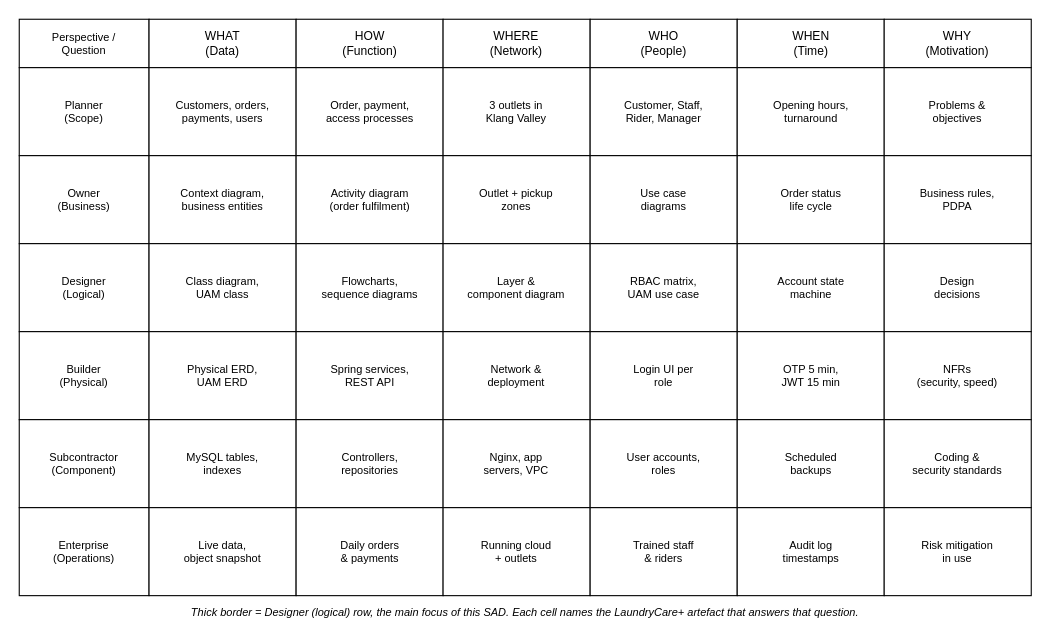
Zakwan221/laundrycare-diagrams keeps this draw.io diagram as zachman.drawio. Above is the earlier version. Source tidied: cells renumbered, new cells numbered last; positions are measured from the earlier drawing's top-left corner, leaving out a move shared by most shapes. Both pictures are drawn from the tidied source at 110%, with x=0, y=0 at pixel (19, 19).
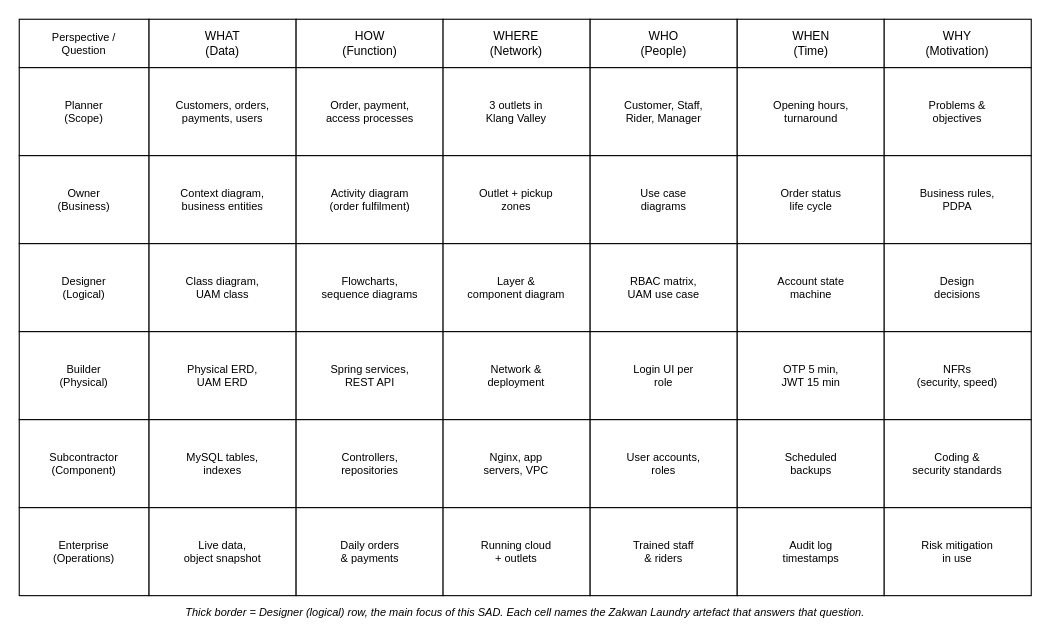
After the change.

Commit message (it also covers changes not shown here):
Rename system to Zakwan Laundry

What changed in the source:
```diff
@@
-    <mxCell id="51" value="Thick border = Designer (logical) row, the main focus of this SAD. Each cell names the LaundryCare+ artefact that answers that question." style="text;html=1;whiteSpace=wrap;fontFamily=Arial;fontSize=10;align=center;verticalAlign=middle;strokeColor=none;fillColor=none;fontStyle=2;" parent="1" vertex="1">
+    <mxCell id="51" value="Thick border = Designer (logical) row, the main focus of this SAD. Each cell names the Zakwan Laundry artefact that answers that question." style="text;html=1;whiteSpace=wrap;fontFamily=Arial;fontSize=10;align=center;verticalAlign=middle;strokeColor=none;fillColor=none;fontStyle=2;" parent="1" vertex="1">
       <mxGeometry y="530" width="920" height="18" as="geometry" />
     </mxCell>
```
